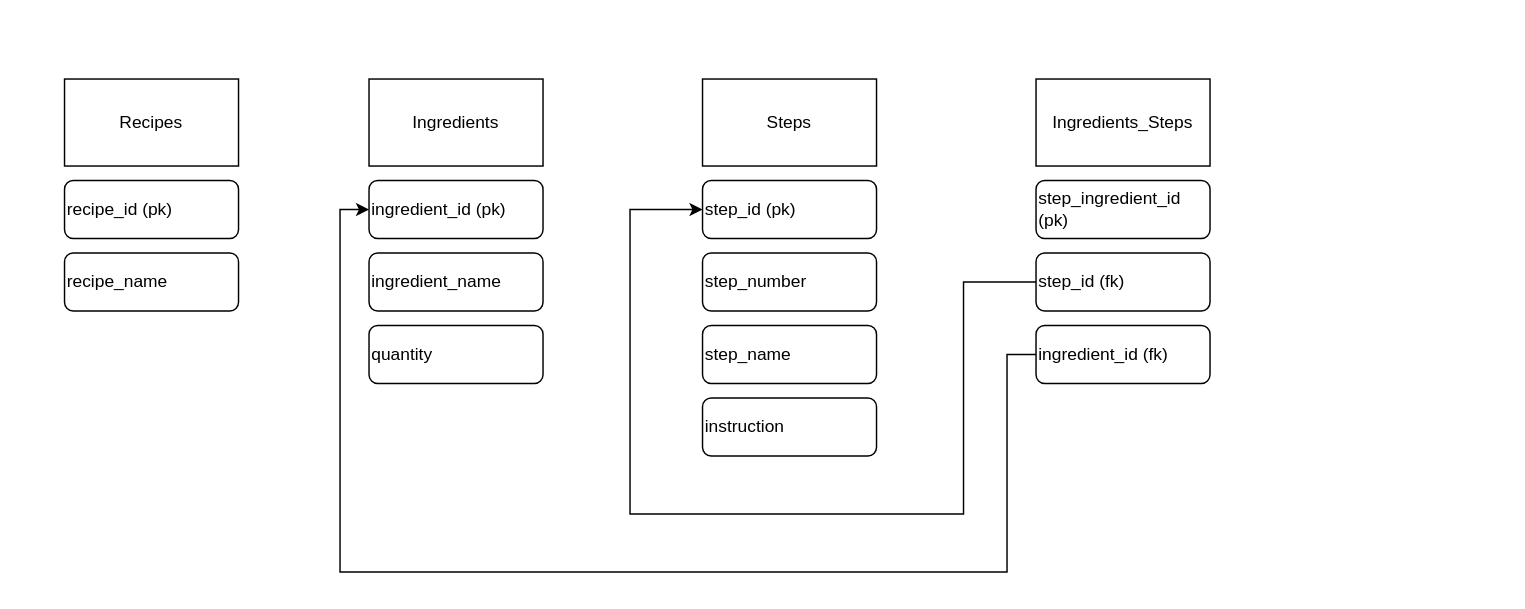
Above: design.drawio in scriptsalmon/node-db4-project (draw.io), before the change. Source tidied: cells renumbered, new cells numbered last; positions are measured from the earlier drawing's top-left corner, leaving out a move shared by most shapes. Both pictures are drawn from the tidied source at 145%, with x=0, y=0 at pixel (64, 78).
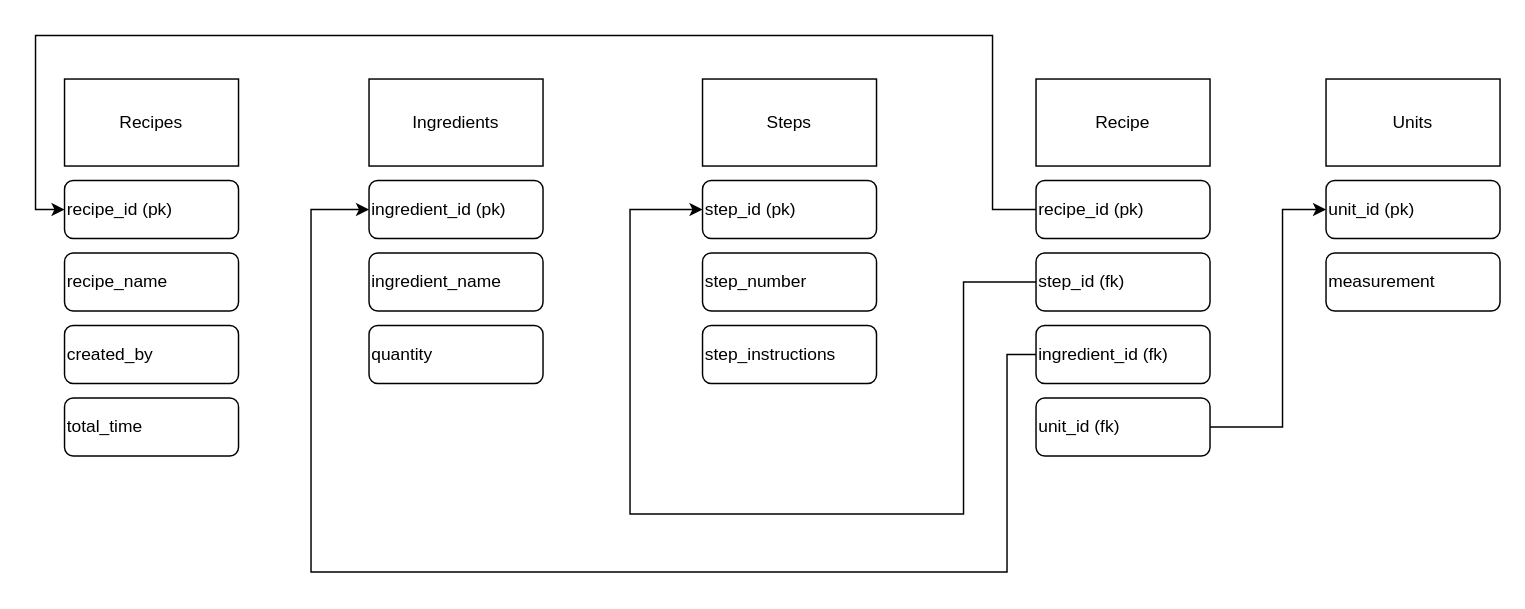
The same page after the edit.

The change refers to these unchanged cells:
```xml
<mxCell id="5" value="&lt;div&gt;&lt;span&gt;recipe_id (pk)&lt;/span&gt;&lt;/div&gt;" style="rounded=1;whiteSpace=wrap;html=1;align=left;" parent="1" vertex="1">
  <mxGeometry y="70" width="120" height="40" as="geometry" />
</mxCell>
<mxCell id="7" value="ingredient_id (pk)" style="rounded=1;whiteSpace=wrap;html=1;align=left;" parent="1" vertex="1">
  <mxGeometry x="210" y="70" width="120" height="40" as="geometry" />
</mxCell>
<mxCell id="20" value="ingredient_id (fk)" style="rounded=1;whiteSpace=wrap;html=1;align=left;" parent="1" vertex="1">
  <mxGeometry x="670" y="170" width="120" height="40" as="geometry" />
</mxCell>
```

The edit, as a diff of the source:
```diff
@@
-    <mxCell id="9" value="Ingredients_Steps" style="whiteSpace=wrap;html=1;" parent="1" vertex="1">
+    <mxCell id="9" value="Recipe" style="whiteSpace=wrap;html=1;" parent="1" vertex="1">
       <mxGeometry x="670" width="120" height="60" as="geometry" />
     </mxCell>
@@
-    <mxCell id="14" value="step_name" style="rounded=1;whiteSpace=wrap;html=1;align=left;" parent="1" vertex="1">
-      <mxGeometry x="440" y="170" width="120" height="40" as="geometry" />
-    </mxCell>
-    <mxCell id="15" value="instruction" style="rounded=1;whiteSpace=wrap;html=1;align=left;" parent="1" vertex="1">
-      <mxGeometry x="440" y="220" width="120" height="40" as="geometry" />
+    <mxCell id="15" value="step_instructions" style="rounded=1;whiteSpace=wrap;html=1;align=left;" parent="1" vertex="1">
+      <mxGeometry x="440" y="170" width="120" height="40" as="geometry" />
     </mxCell>
+    <mxCell id="21" style="edgeStyle=orthogonalEdgeStyle;rounded=0;jettySize=auto;html=1;exitX=0;exitY=0.5;exitDx=0;exitDy=0;entryX=0;entryY=0.5;entryDx=0;entryDy=0;" parent="1" edge="1" source="16" target="5">
+      <mxGeometry relative="1" as="geometry">
+        <Array as="points">
+          <mxPoint x="640" y="90" />
+          <mxPoint x="640" y="-30" />
+          <mxPoint x="-20" y="-30" />
+          <mxPoint x="-20" y="90" />
+        </Array>
+      </mxGeometry>
+    </mxCell>
-    <mxCell id="16" value="step_ingredient_id (pk)" style="rounded=1;whiteSpace=wrap;html=1;align=left;" parent="1" vertex="1">
+    <mxCell id="16" value="recipe_id (pk)" style="rounded=1;whiteSpace=wrap;html=1;align=left;" parent="1" vertex="1">
       <mxGeometry x="670" y="70" width="120" height="40" as="geometry" />
     </mxCell>
@@
     <mxCell id="19" style="edgeStyle=orthogonalEdgeStyle;rounded=0;jettySize=auto;html=1;exitX=0;exitY=0.5;exitDx=0;exitDy=0;entryX=0;entryY=0.5;entryDx=0;entryDy=0;" parent="1" edge="1" source="20" target="7">
       <mxGeometry relative="1" as="geometry">
         <Array as="points">
           <mxPoint x="650" y="190" />
           <mxPoint x="650" y="340" />
-          <mxPoint x="190" y="340" />
-          <mxPoint x="190" y="90" />
+          <mxPoint x="170" y="340" />
+          <mxPoint x="170" y="90" />
         </Array>
       </mxGeometry>
     </mxCell>
@@
+    <mxCell id="22" value="&lt;div&gt;&lt;span&gt;created_by&lt;/span&gt;&lt;br&gt;&lt;/div&gt;" style="rounded=1;whiteSpace=wrap;html=1;align=left;" parent="1" vertex="1">
+      <mxGeometry y="170" width="120" height="40" as="geometry" />
+    </mxCell>
+    <mxCell id="23" value="&lt;div&gt;&lt;span&gt;total_time&lt;/span&gt;&lt;br&gt;&lt;/div&gt;" style="rounded=1;whiteSpace=wrap;html=1;align=left;" parent="1" vertex="1">
+      <mxGeometry y="220" width="120" height="40" as="geometry" />
+    </mxCell>
+    <mxCell id="24" style="edgeStyle=orthogonalEdgeStyle;rounded=0;jettySize=auto;html=1;exitX=1;exitY=0.5;exitDx=0;exitDy=0;entryX=0;entryY=0.5;entryDx=0;entryDy=0;" parent="1" edge="1" source="25" target="27">
+      <mxGeometry relative="1" as="geometry">
+        <Array as="points">
+          <mxPoint x="840" y="240" />
+          <mxPoint x="840" y="90" />
+        </Array>
+      </mxGeometry>
+    </mxCell>
+    <mxCell id="25" value="unit_id (fk)" style="rounded=1;whiteSpace=wrap;html=1;align=left;" parent="1" vertex="1">
+      <mxGeometry x="670" y="220" width="120" height="40" as="geometry" />
+    </mxCell>
+    <mxCell id="26" value="Units" style="whiteSpace=wrap;html=1;" parent="1" vertex="1">
+      <mxGeometry x="870" width="120" height="60" as="geometry" />
+    </mxCell>
+    <mxCell id="27" value="unit_id (pk)" style="rounded=1;whiteSpace=wrap;html=1;align=left;" parent="1" vertex="1">
+      <mxGeometry x="870" y="70" width="120" height="40" as="geometry" />
+    </mxCell>
+    <mxCell id="28" value="measurement" style="rounded=1;whiteSpace=wrap;html=1;align=left;" parent="1" vertex="1">
+      <mxGeometry x="870" y="120" width="120" height="40" as="geometry" />
+    </mxCell>
```
